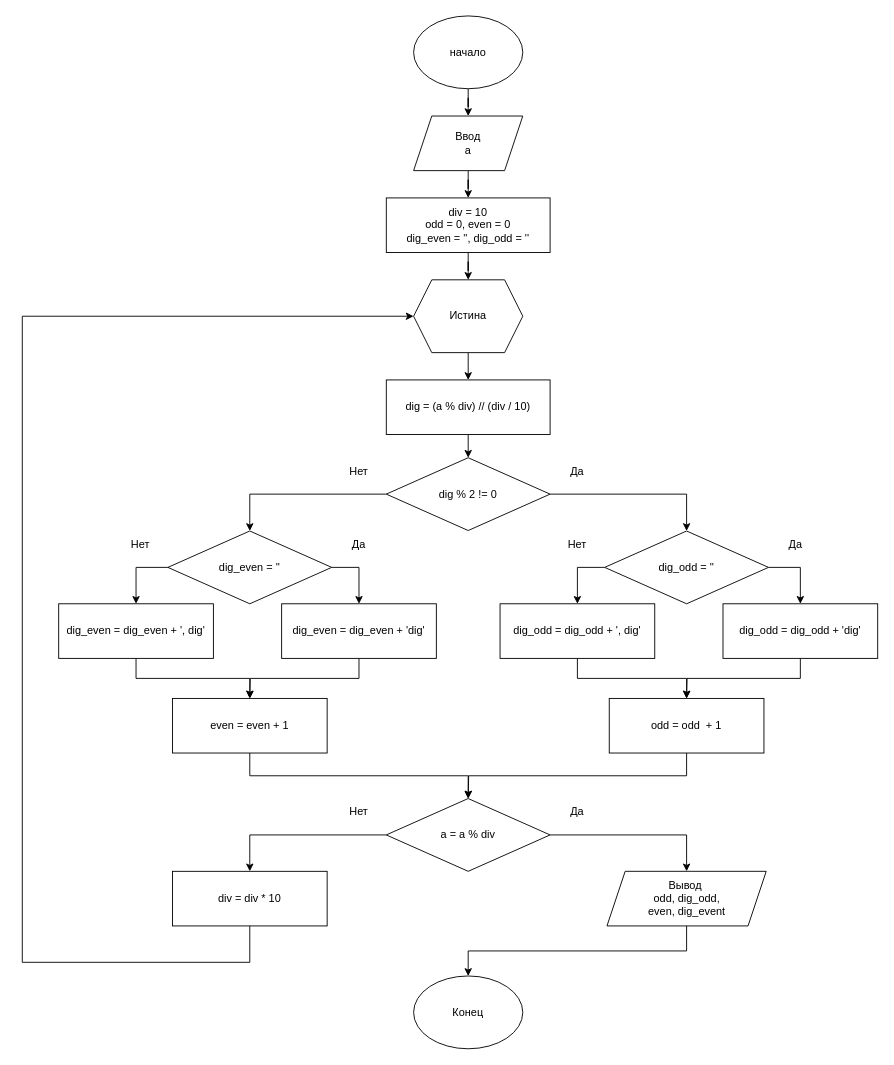
Before: lesson_2/lesson_2_ex2.drawio in peleskov/algorithms, a draw.io diagram. Source tidied: cells renumbered, new cells numbered last; positions are measured from the earlier drawing's top-left corner, leaving out a move shared by most shapes. Both pictures are drawn from the tidied source at 91%, with x=0, y=0 at pixel (22, 15).
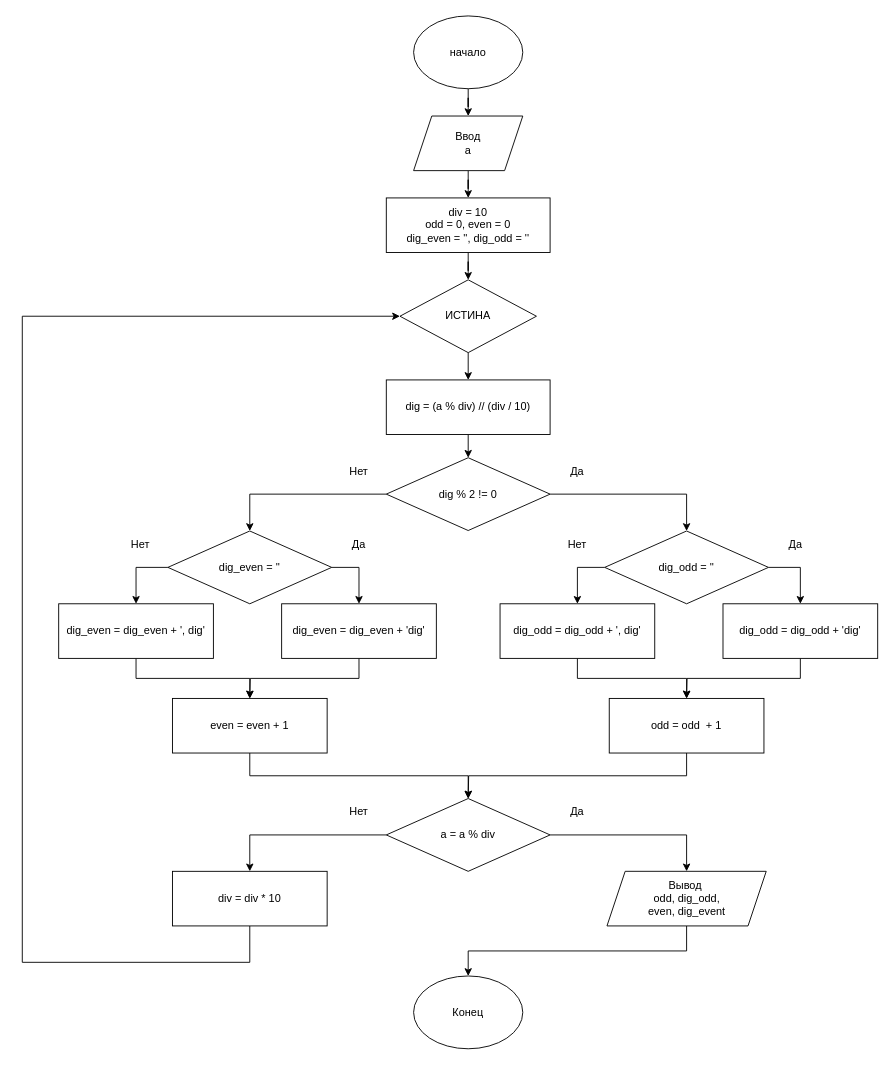
After the change.

The change refers to these unchanged cells:
```xml
<mxCell id="9" value="dig = (a % div) // (div / 10)" style="rounded=0;whiteSpace=wrap;html=1;" parent="1" vertex="1">
  <mxGeometry x="400" y="400" width="180" height="60" as="geometry" />
</mxCell>
<mxCell id="11" value="div = 10&lt;br&gt;odd = 0, even = 0&lt;br&gt;dig_even = '', dig_odd = ''" style="rounded=0;whiteSpace=wrap;html=1;" parent="1" vertex="1">
  <mxGeometry x="400" y="200" width="180" height="60" as="geometry" />
</mxCell>
<mxCell id="46" value="div = div * 10" style="rounded=0;whiteSpace=wrap;html=1;" parent="1" vertex="1">
  <mxGeometry x="165" y="940" width="170" height="60" as="geometry" />
</mxCell>
```

What changed in the source:
```diff
@@
-    <mxCell id="6" style="edgeStyle=orthogonalEdgeStyle;rounded=0;jettySize=auto;html=1;exitX=0.5;exitY=1;exitDx=0;exitDy=0;entryX=0.5;entryY=0;entryDx=0;entryDy=0;" parent="1" edge="1" source="7" target="9">
-      <mxGeometry relative="1" as="geometry" />
-    </mxCell>
-    <mxCell id="7" value="Истина" style="shape=hexagon;perimeter=hexagonPerimeter2;whiteSpace=wrap;html=1;fixedSize=1;" parent="1" vertex="1">
-      <mxGeometry x="430" y="290" width="120" height="80" as="geometry" />
-    </mxCell>
@@
-    <mxCell id="10" style="edgeStyle=orthogonalEdgeStyle;rounded=0;jettySize=auto;html=1;" parent="1" edge="1" source="11" target="7">
-      <mxGeometry relative="1" as="geometry" />
-    </mxCell>
+    <mxCell id="49" style="edgeStyle=orthogonalEdgeStyle;rounded=0;jettySize=auto;html=1;" parent="1" edge="1" source="11" target="51">
+      <mxGeometry relative="1" as="geometry" />
+    </mxCell>
@@
-    <mxCell id="39" style="edgeStyle=orthogonalEdgeStyle;rounded=0;jettySize=auto;html=1;entryX=0;entryY=0.5;entryDx=0;entryDy=0;exitX=0.5;exitY=1;exitDx=0;exitDy=0;" parent="1" edge="1" source="46" target="7">
+    <mxCell id="39" style="edgeStyle=orthogonalEdgeStyle;rounded=0;jettySize=auto;html=1;exitX=0.5;exitY=1;exitDx=0;exitDy=0;entryX=0;entryY=0.5;entryDx=0;entryDy=0;" parent="1" edge="1" source="46" target="51">
       <mxGeometry relative="1" as="geometry">
         <Array as="points">
           <mxPoint x="250" y="1040" />
           <mxPoint y="1040" />
           <mxPoint y="330" />
         </Array>
       </mxGeometry>
     </mxCell>
@@
+    <mxCell id="50" style="edgeStyle=orthogonalEdgeStyle;rounded=0;jettySize=auto;html=1;exitX=0.5;exitY=1;exitDx=0;exitDy=0;entryX=0.5;entryY=0;entryDx=0;entryDy=0;" parent="1" edge="1" source="51" target="9">
+      <mxGeometry relative="1" as="geometry" />
+    </mxCell>
+    <mxCell id="51" value="ИСТИНА" style="rhombus;whiteSpace=wrap;html=1;" parent="1" vertex="1">
+      <mxGeometry x="415" y="290" width="150" height="80" as="geometry" />
+    </mxCell>
```
